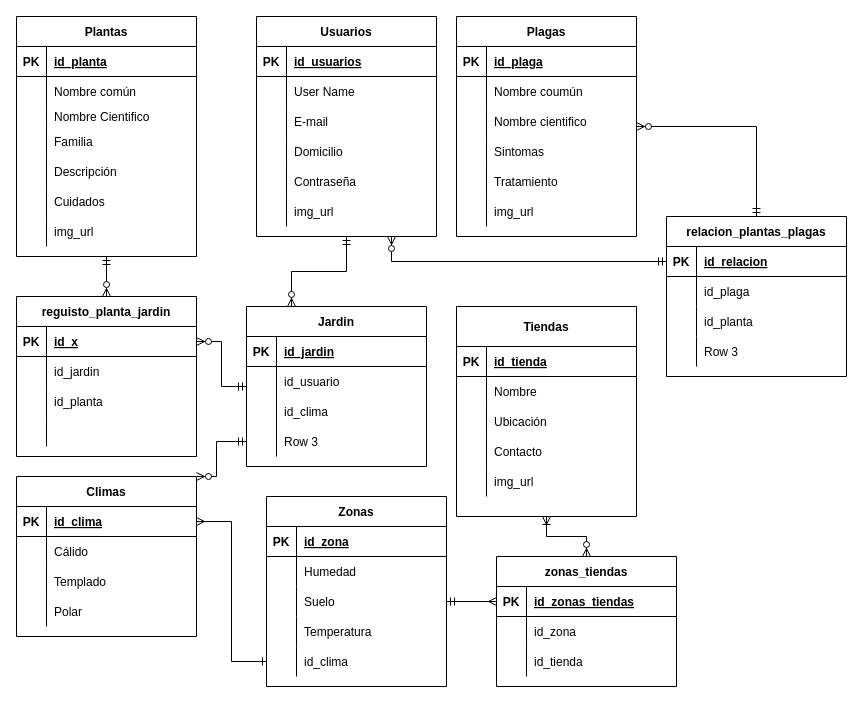
Green-Guide-utch/Entity-Relationship-Model keeps this draw.io diagram as Untitled Diagram.drawio. Above is the earlier version. Source tidied: cells renumbered, new cells numbered last; positions are measured from the earlier drawing's top-left corner, leaving out a move shared by most shapes. Both pictures are drawn from the tidied source at 100%, with x=0, y=0 at pixel (16, 16).
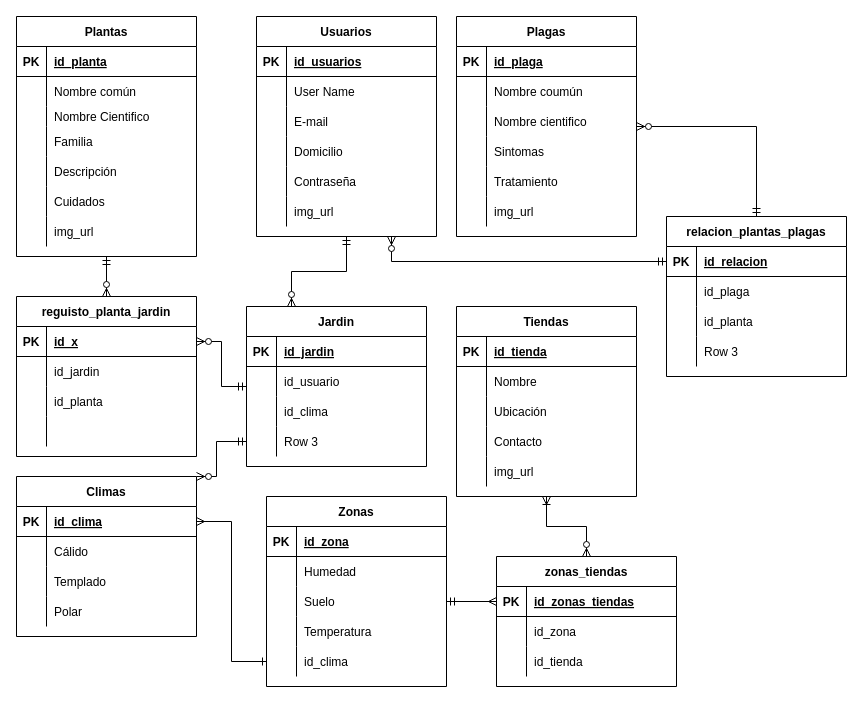
The same diagram, later.

Change to the diagram source:
```diff
@@
-    <mxCell id="149" value="Tiendas" style="shape=table;startSize=40;childLayout=tableLayout;rowLines=0;fontStyle=1;align=center;" parent="1" vertex="1">
-      <mxGeometry x="440" y="290" width="180" height="210" as="geometry" />
+    <mxCell id="149" value="Tiendas" style="shape=table;startSize=30;childLayout=tableLayout;rowLines=0;fontStyle=1;align=center;" parent="1" vertex="1">
+      <mxGeometry x="440" y="290" width="180" height="190" as="geometry" />
     </mxCell>
     <mxCell id="150" style="shape=partialRectangle;fillColor=none;top=0;left=0;bottom=1;right=0;" parent="149" vertex="1">
-      <mxGeometry y="40" width="180" height="30" as="geometry" />
+      <mxGeometry y="30" width="180" height="30" as="geometry" />
     </mxCell>
@@
     <mxCell id="153" style="shape=partialRectangle;fillColor=none;top=0;left=0;bottom=0;right=0;" parent="149" vertex="1">
-      <mxGeometry y="70" width="180" height="30" as="geometry" />
+      <mxGeometry y="60" width="180" height="30" as="geometry" />
     </mxCell>
@@
     <mxCell id="156" style="shape=partialRectangle;fillColor=none;top=0;left=0;bottom=0;right=0;" parent="149" vertex="1">
-      <mxGeometry y="100" width="180" height="30" as="geometry" />
+      <mxGeometry y="90" width="180" height="30" as="geometry" />
     </mxCell>
@@
     <mxCell id="159" style="shape=partialRectangle;fillColor=none;top=0;left=0;bottom=0;right=0;" parent="149" vertex="1">
-      <mxGeometry y="130" width="180" height="30" as="geometry" />
+      <mxGeometry y="120" width="180" height="30" as="geometry" />
     </mxCell>
@@
     <mxCell id="162" style="shape=partialRectangle;fillColor=none;top=0;left=0;bottom=0;right=0;" parent="149" vertex="1">
-      <mxGeometry y="160" width="180" height="30" as="geometry" />
+      <mxGeometry y="150" width="180" height="30" as="geometry" />
     </mxCell>
```
